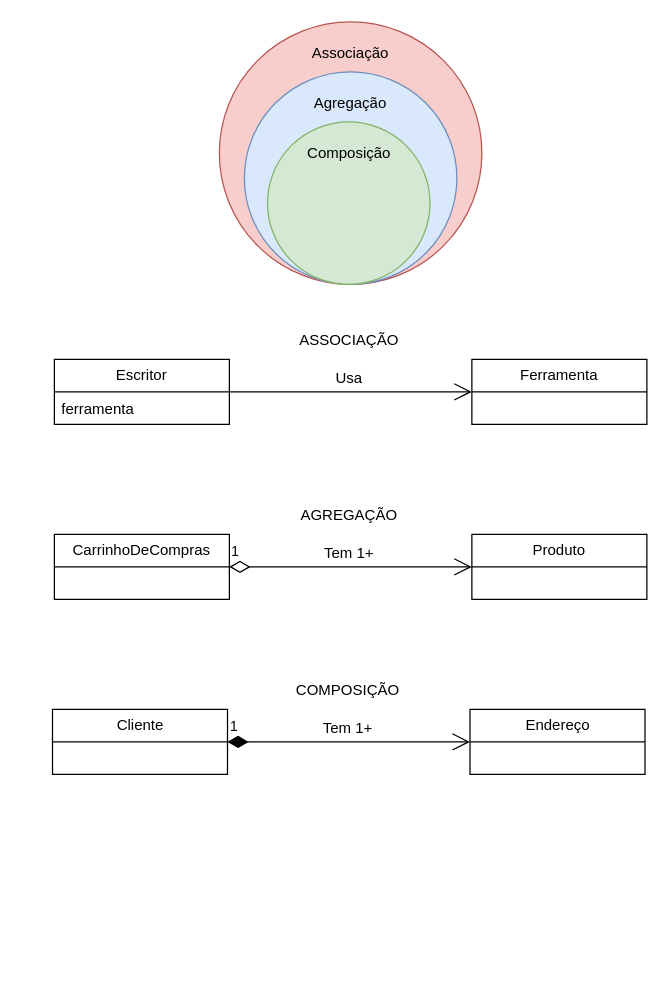
lucasmanesco/Curso-Python keeps this draw.io diagram as Secao5/aula215-217.drawio. Above is the earlier version. Source tidied: cells renumbered, new cells numbered last; positions are measured from the earlier drawing's top-left corner, leaving out a move shared by most shapes. Both pictures are drawn from the tidied source at 125%, with x=0, y=0 at pixel (51, 21).
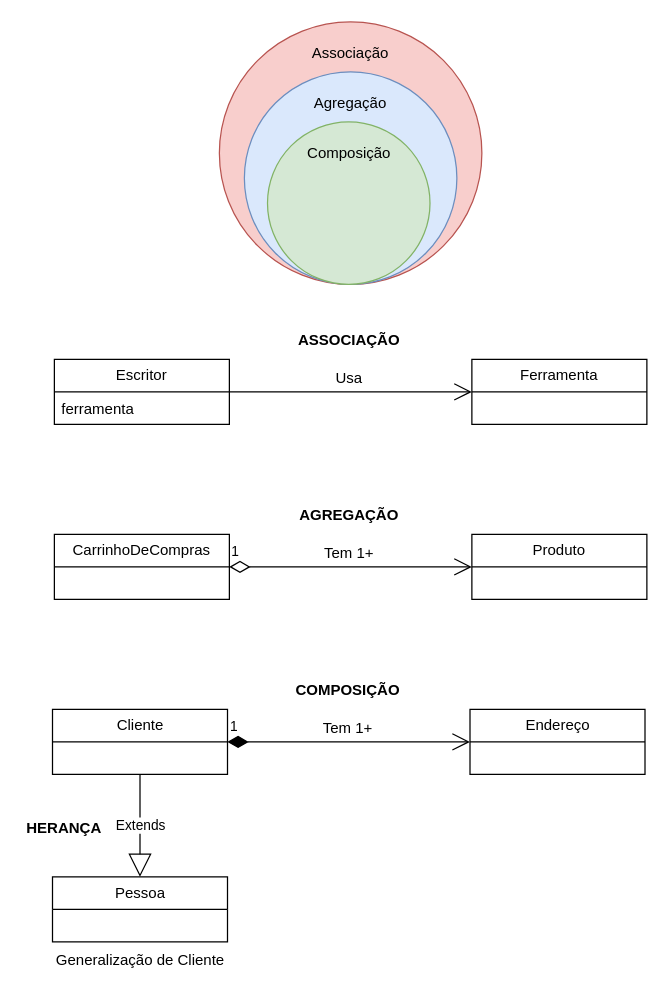
The same diagram, later.

Unchanged cells that the change refers to:
```xml
<mxCell id="19" value="Cliente" style="swimlane;fontStyle=0;horizontal=1;startSize=26;fillColor=none;whiteSpace=wrap;html=1;" parent="1" vertex="1">
  <mxGeometry x="0.5" y="550" width="140" height="52" as="geometry" />
</mxCell>
```

What changed in the source:
```diff
@@
-    <mxCell id="14" value="ASSOCIAÇÃO" style="text;html=1;strokeColor=none;fillColor=none;align=center;verticalAlign=middle;whiteSpace=wrap;rounded=0;" parent="1" vertex="1">
+    <mxCell id="14" value="&lt;b&gt;ASSOCIAÇÃO&lt;/b&gt;" style="text;html=1;strokeColor=none;fillColor=none;align=center;verticalAlign=middle;whiteSpace=wrap;rounded=0;" parent="1" vertex="1">
       <mxGeometry x="208" y="240" width="60" height="30" as="geometry" />
     </mxCell>
-    <mxCell id="15" value="AGREGAÇÃO" style="text;html=1;strokeColor=none;fillColor=none;align=center;verticalAlign=middle;whiteSpace=wrap;rounded=0;" parent="1" vertex="1">
+    <mxCell id="15" value="&lt;b&gt;AGREGAÇÃO&lt;/b&gt;" style="text;html=1;strokeColor=none;fillColor=none;align=center;verticalAlign=middle;whiteSpace=wrap;rounded=0;" parent="1" vertex="1">
       <mxGeometry x="208" y="380" width="60" height="30" as="geometry" />
     </mxCell>
@@
-    <mxCell id="21" value="COMPOSIÇÃO" style="text;html=1;strokeColor=none;fillColor=none;align=center;verticalAlign=middle;whiteSpace=wrap;rounded=0;" parent="1" vertex="1">
+    <mxCell id="21" value="&lt;b&gt;COMPOSIÇÃO&lt;/b&gt;" style="text;html=1;strokeColor=none;fillColor=none;align=center;verticalAlign=middle;whiteSpace=wrap;rounded=0;" parent="1" vertex="1">
       <mxGeometry x="206.5" y="520" width="60" height="30" as="geometry" />
     </mxCell>
@@
+    <mxCell id="24" value="Pessoa" style="swimlane;fontStyle=0;horizontal=1;startSize=26;fillColor=none;whiteSpace=wrap;html=1;" parent="1" vertex="1">
+      <mxGeometry x="0.5" y="684" width="140" height="52" as="geometry" />
+    </mxCell>
+    <mxCell id="25" value="Generalização de Cliente" style="text;html=1;strokeColor=none;fillColor=none;align=center;verticalAlign=middle;whiteSpace=wrap;rounded=0;" parent="1" vertex="1">
+      <mxGeometry x="-2.2" y="736" width="145.5" height="30" as="geometry" />
+    </mxCell>
+    <mxCell id="26" value="Extends" style="endArrow=block;endSize=16;endFill=0;html=1;rounded=0;entryX=0.5;entryY=0;entryDx=0;entryDy=0;exitX=0.5;exitY=1;exitDx=0;exitDy=0;" parent="1" edge="1" source="19" target="24">
+      <mxGeometry relative="1" as="geometry" />
+    </mxCell>
+    <mxCell id="27" value="&lt;b&gt;HERANÇA&lt;/b&gt;" style="text;html=1;strokeColor=none;fillColor=none;align=center;verticalAlign=middle;whiteSpace=wrap;rounded=0;" parent="1" vertex="1">
+      <mxGeometry x="-24" y="630" width="68.2" height="30" as="geometry" />
+    </mxCell>
```
